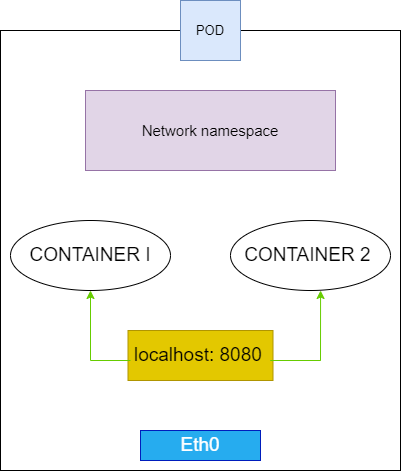
This is Page_images/Pod-2-pod -networking.drawio.png from dikshita-git/RP_Study-on-Ingress-and-its-security-IPv4-IPv6-, a draw.io export, as it was before one commit. Source tidied: cells renumbered, new cells last; positions are measured from the earlier drawing's top-left corner, leaving out a move shared by most shapes. Source of this version:
```xml
<mxGraphModel>
  <root>
    <mxCell id="0" />
    <mxCell id="1" parent="0" />
    <mxCell id="2" style="rounded=0;whiteSpace=wrap;html=1;" parent="1" vertex="1">
      <mxGeometry y="30" width="400" height="440" as="geometry" />
    </mxCell>
    <mxCell id="3" value="&lt;font style=&quot;font-size: 13px;&quot;&gt;POD&lt;/font&gt;" style="text;html=1;strokeColor=#6c8ebf;fillColor=#dae8fc;align=center;verticalAlign=middle;whiteSpace=wrap;rounded=0;" parent="1" vertex="1">
      <mxGeometry x="180" width="60" height="60" as="geometry" />
    </mxCell>
    <mxCell id="4" value="&lt;font style=&quot;font-size: 15px;&quot;&gt;Network namespace&lt;/font&gt;" style="rounded=0;whiteSpace=wrap;html=1;fillColor=#e1d5e7;strokeColor=#9673a6;" parent="1" vertex="1">
      <mxGeometry x="85" y="90" width="250" height="80" as="geometry" />
    </mxCell>
    <mxCell id="5" value="CONTAINER I" style="ellipse;whiteSpace=wrap;html=1;fontSize=19;" parent="1" vertex="1">
      <mxGeometry x="10" y="220" width="160" height="70" as="geometry" />
    </mxCell>
    <mxCell id="6" value="CONTAINER 2&amp;nbsp;" style="ellipse;whiteSpace=wrap;html=1;fontSize=19;" parent="1" vertex="1">
      <mxGeometry x="230" y="220" width="160" height="70" as="geometry" />
    </mxCell>
    <mxCell id="7" value="localhost: 8080&amp;nbsp;" style="rounded=0;whiteSpace=wrap;html=1;fontSize=19;fillColor=#e3c800;fontColor=#000000;strokeColor=#B09500;" parent="1" vertex="1">
      <mxGeometry x="127.5" y="330" width="145" height="50" as="geometry" />
    </mxCell>
    <mxCell id="8" style="endArrow=classic;html=1;rounded=0;fontSize=19;entryX=0.5;entryY=1;entryDx=0;entryDy=0;entryPerimeter=0;fillColor=#b0e3e6;strokeColor=#66CC00;" parent="1" edge="1" target="5">
      <mxGeometry relative="1" as="geometry">
        <mxPoint x="90" y="360" as="sourcePoint" />
      </mxGeometry>
    </mxCell>
    <mxCell id="9" style="endArrow=classic;html=1;rounded=0;fontSize=19;entryX=0.563;entryY=1;entryDx=0;entryDy=0;entryPerimeter=0;strokeColor=#66CC00;" parent="1" edge="1" target="6">
      <mxGeometry relative="1" as="geometry">
        <mxPoint x="320" y="360" as="sourcePoint" />
      </mxGeometry>
    </mxCell>
    <mxCell id="10" style="endArrow=none;html=1;rounded=0;fontSize=19;strokeColor=#66CC00;entryX=0.017;entryY=0.6;entryDx=0;entryDy=0;entryPerimeter=0;" parent="1" edge="1" target="7">
      <mxGeometry relative="1" as="geometry">
        <mxPoint x="90" y="360" as="sourcePoint" />
      </mxGeometry>
    </mxCell>
    <mxCell id="11" style="endArrow=none;html=1;rounded=0;fontSize=19;strokeColor=#66CC00;" parent="1" edge="1">
      <mxGeometry relative="1" as="geometry">
        <mxPoint x="270" y="360" as="sourcePoint" />
        <mxPoint x="270" y="360" as="targetPoint" />
        <Array as="points">
          <mxPoint x="320" y="360" />
        </Array>
      </mxGeometry>
    </mxCell>
    <mxCell id="12" value="Eth0" style="rounded=0;whiteSpace=wrap;html=1;fontSize=19;fillColor=#26ACEF;strokeColor=#001DBC;fontColor=#ffffff;" parent="1" vertex="1">
      <mxGeometry x="140" y="430" width="120" height="30" as="geometry" />
    </mxCell>
  </root>
</mxGraphModel>
```
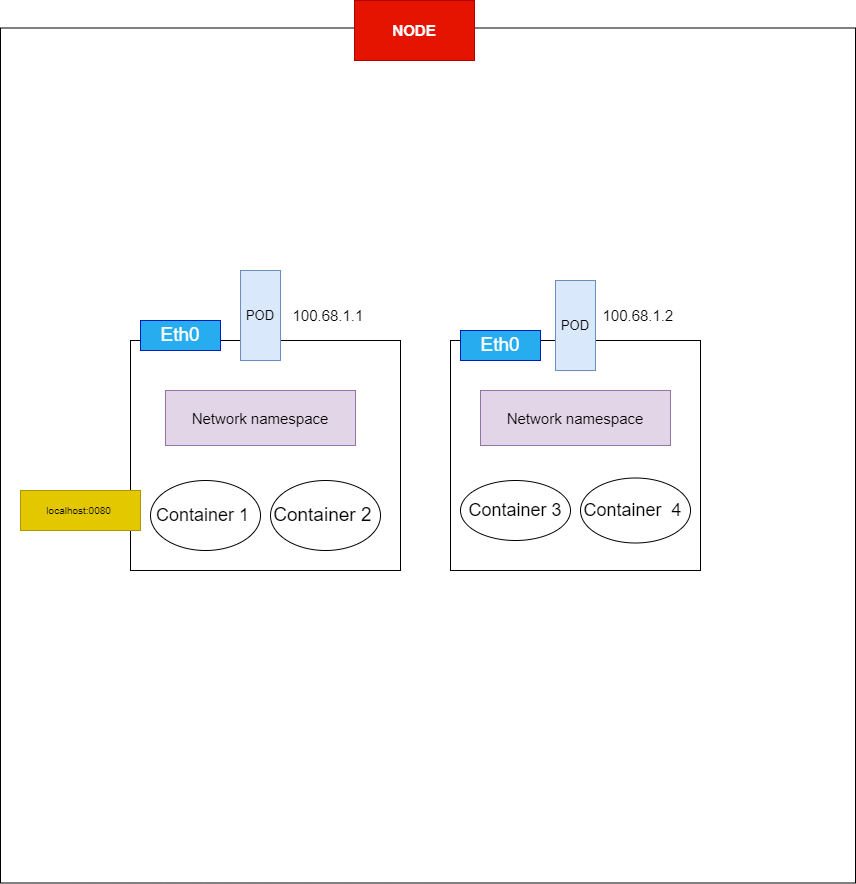
The same diagram one commit later.

The edit, as a diff of the source:
```diff
@@ -3,49 +3,58 @@
     <mxCell id="0" />
     <mxCell id="1" parent="0" />
     <mxCell id="2" style="rounded=0;whiteSpace=wrap;html=1;" parent="1" vertex="1">
-      <mxGeometry y="30" width="400" height="440" as="geometry" />
+      <mxGeometry x="-40" y="170" width="270" height="230" as="geometry" />
     </mxCell>
     <mxCell id="3" value="&lt;font style=&quot;font-size: 13px;&quot;&gt;POD&lt;/font&gt;" style="text;html=1;strokeColor=#6c8ebf;fillColor=#dae8fc;align=center;verticalAlign=middle;whiteSpace=wrap;rounded=0;" parent="1" vertex="1">
-      <mxGeometry x="180" width="60" height="60" as="geometry" />
+      <mxGeometry x="70" y="100" width="40" height="90" as="geometry" />
     </mxCell>
     <mxCell id="4" value="&lt;font style=&quot;font-size: 15px;&quot;&gt;Network namespace&lt;/font&gt;" style="rounded=0;whiteSpace=wrap;html=1;fillColor=#e1d5e7;strokeColor=#9673a6;" parent="1" vertex="1">
-      <mxGeometry x="85" y="90" width="250" height="80" as="geometry" />
+      <mxGeometry x="-5" y="220" width="190" height="55" as="geometry" />
     </mxCell>
-    <mxCell id="5" value="CONTAINER I" style="ellipse;whiteSpace=wrap;html=1;fontSize=19;" parent="1" vertex="1">
-      <mxGeometry x="10" y="220" width="160" height="70" as="geometry" />
+    <mxCell id="5" value="&lt;font style=&quot;font-size: 18px;&quot;&gt;Container 1&amp;nbsp;&lt;/font&gt;" style="ellipse;whiteSpace=wrap;html=1;fontSize=19;" parent="1" vertex="1">
+      <mxGeometry x="-20" y="310" width="110" height="70" as="geometry" />
     </mxCell>
-    <mxCell id="6" value="CONTAINER 2&amp;nbsp;" style="ellipse;whiteSpace=wrap;html=1;fontSize=19;" parent="1" vertex="1">
-      <mxGeometry x="230" y="220" width="160" height="70" as="geometry" />
+    <mxCell id="6" value="Container 2&amp;nbsp;" style="ellipse;whiteSpace=wrap;html=1;fontSize=19;" parent="1" vertex="1">
+      <mxGeometry x="100" y="310" width="110" height="70" as="geometry" />
     </mxCell>
-    <mxCell id="7" value="localhost: 8080&amp;nbsp;" style="rounded=0;whiteSpace=wrap;html=1;fontSize=19;fillColor=#e3c800;fontColor=#000000;strokeColor=#B09500;" parent="1" vertex="1">
-      <mxGeometry x="127.5" y="330" width="145" height="50" as="geometry" />
-    </mxCell>
-    <mxCell id="8" style="endArrow=classic;html=1;rounded=0;fontSize=19;entryX=0.5;entryY=1;entryDx=0;entryDy=0;entryPerimeter=0;fillColor=#b0e3e6;strokeColor=#66CC00;" parent="1" edge="1" target="5">
-      <mxGeometry relative="1" as="geometry">
-        <mxPoint x="90" y="360" as="sourcePoint" />
-      </mxGeometry>
-    </mxCell>
-    <mxCell id="9" style="endArrow=classic;html=1;rounded=0;fontSize=19;entryX=0.563;entryY=1;entryDx=0;entryDy=0;entryPerimeter=0;strokeColor=#66CC00;" parent="1" edge="1" target="6">
-      <mxGeometry relative="1" as="geometry">
-        <mxPoint x="320" y="360" as="sourcePoint" />
-      </mxGeometry>
-    </mxCell>
-    <mxCell id="10" style="endArrow=none;html=1;rounded=0;fontSize=19;strokeColor=#66CC00;entryX=0.017;entryY=0.6;entryDx=0;entryDy=0;entryPerimeter=0;" parent="1" edge="1" target="7">
-      <mxGeometry relative="1" as="geometry">
-        <mxPoint x="90" y="360" as="sourcePoint" />
-      </mxGeometry>
-    </mxCell>
-    <mxCell id="11" style="endArrow=none;html=1;rounded=0;fontSize=19;strokeColor=#66CC00;" parent="1" edge="1">
-      <mxGeometry relative="1" as="geometry">
-        <mxPoint x="270" y="360" as="sourcePoint" />
-        <mxPoint x="270" y="360" as="targetPoint" />
-        <Array as="points">
-          <mxPoint x="320" y="360" />
-        </Array>
-      </mxGeometry>
-    </mxCell>
     <mxCell id="12" value="Eth0" style="rounded=0;whiteSpace=wrap;html=1;fontSize=19;fillColor=#26ACEF;strokeColor=#001DBC;fontColor=#ffffff;" parent="1" vertex="1">
-      <mxGeometry x="140" y="430" width="120" height="30" as="geometry" />
+      <mxGeometry x="-30" y="150" width="80" height="30" as="geometry" />
     </mxCell>
+    <mxCell id="13" style="edgeStyle=orthogonalEdgeStyle;rounded=0;orthogonalLoop=1;jettySize=auto;html=1;exitX=0.5;exitY=1;exitDx=0;exitDy=0;fontSize=15;" parent="1" edge="1" source="2" target="2">
+      <mxGeometry relative="1" as="geometry" />
+    </mxCell>
+    <mxCell id="14" value="100.68.1.1&amp;nbsp;" style="text;html=1;strokeColor=none;fillColor=none;align=center;verticalAlign=middle;whiteSpace=wrap;rounded=0;fontSize=15;" parent="1" vertex="1">
+      <mxGeometry x="130" y="130" width="60" height="30" as="geometry" />
+    </mxCell>
+    <mxCell id="15" style="rounded=0;whiteSpace=wrap;html=1;" parent="1" vertex="1">
+      <mxGeometry x="280" y="170" width="250" height="230" as="geometry" />
+    </mxCell>
+    <mxCell id="16" value="&lt;font style=&quot;font-size: 13px;&quot;&gt;POD&lt;/font&gt;" style="text;html=1;strokeColor=#6c8ebf;fillColor=#dae8fc;align=center;verticalAlign=middle;whiteSpace=wrap;rounded=0;" parent="1" vertex="1">
+      <mxGeometry x="385" y="110" width="40" height="90" as="geometry" />
+    </mxCell>
+    <mxCell id="17" value="100.68.1.2&amp;nbsp;" style="text;html=1;strokeColor=none;fillColor=none;align=center;verticalAlign=middle;whiteSpace=wrap;rounded=0;fontSize=15;" parent="1" vertex="1">
+      <mxGeometry x="440" y="120" width="60" height="50" as="geometry" />
+    </mxCell>
+    <mxCell id="18" value="Eth0" style="rounded=0;whiteSpace=wrap;html=1;fontSize=19;fillColor=#26ACEF;strokeColor=#001DBC;fontColor=#ffffff;" parent="1" vertex="1">
+      <mxGeometry x="290" y="160" width="80" height="30" as="geometry" />
+    </mxCell>
+    <mxCell id="19" value="&lt;font style=&quot;font-size: 15px;&quot;&gt;Network namespace&lt;/font&gt;" style="rounded=0;whiteSpace=wrap;html=1;fillColor=#e1d5e7;strokeColor=#9673a6;" parent="1" vertex="1">
+      <mxGeometry x="310" y="220" width="190" height="55" as="geometry" />
+    </mxCell>
+    <mxCell id="20" value="&lt;span style=&quot;font-size: 18px;&quot;&gt;Container 3&lt;/span&gt;" style="ellipse;whiteSpace=wrap;html=1;fontSize=19;" parent="1" vertex="1">
+      <mxGeometry x="290" y="310" width="110" height="60" as="geometry" />
+    </mxCell>
+    <mxCell id="21" value="&lt;font style=&quot;font-size: 18px;&quot;&gt;&lt;br&gt;Container&amp;nbsp; 4&amp;nbsp; &amp;nbsp;&lt;/font&gt;" style="ellipse;whiteSpace=wrap;html=1;fontSize=19;" parent="1" vertex="1">
+      <mxGeometry x="410" y="307.5" width="110" height="65" as="geometry" />
+    </mxCell>
+    <mxCell id="22" value="localhost:0080&amp;nbsp;" style="rounded=0;whiteSpace=wrap;html=1;fontSize=10;fillColor=#e3c800;fontColor=#000000;strokeColor=#B09500;" parent="1" vertex="1">
+      <mxGeometry x="-150" y="320" width="120" height="40" as="geometry" />
+    </mxCell>
+    <mxCell id="23" style="whiteSpace=wrap;html=1;fontSize=10;fillColor=none;" parent="1" vertex="1">
+      <mxGeometry x="-170" y="-142.5" width="855" height="855" as="geometry" />
+    </mxCell>
+    <mxCell id="24" value="&lt;font size=&quot;1&quot; style=&quot;&quot;&gt;&lt;b style=&quot;font-size: 15px;&quot;&gt;NODE&lt;/b&gt;&lt;/font&gt;" style="rounded=0;whiteSpace=wrap;html=1;fontSize=10;fillColor=#e51400;fontColor=#ffffff;strokeColor=#B20000;" parent="1" vertex="1">
+      <mxGeometry x="184" y="-170" width="120" height="60" as="geometry" />
+    </mxCell>
   </root>
 </mxGraphModel>
```
